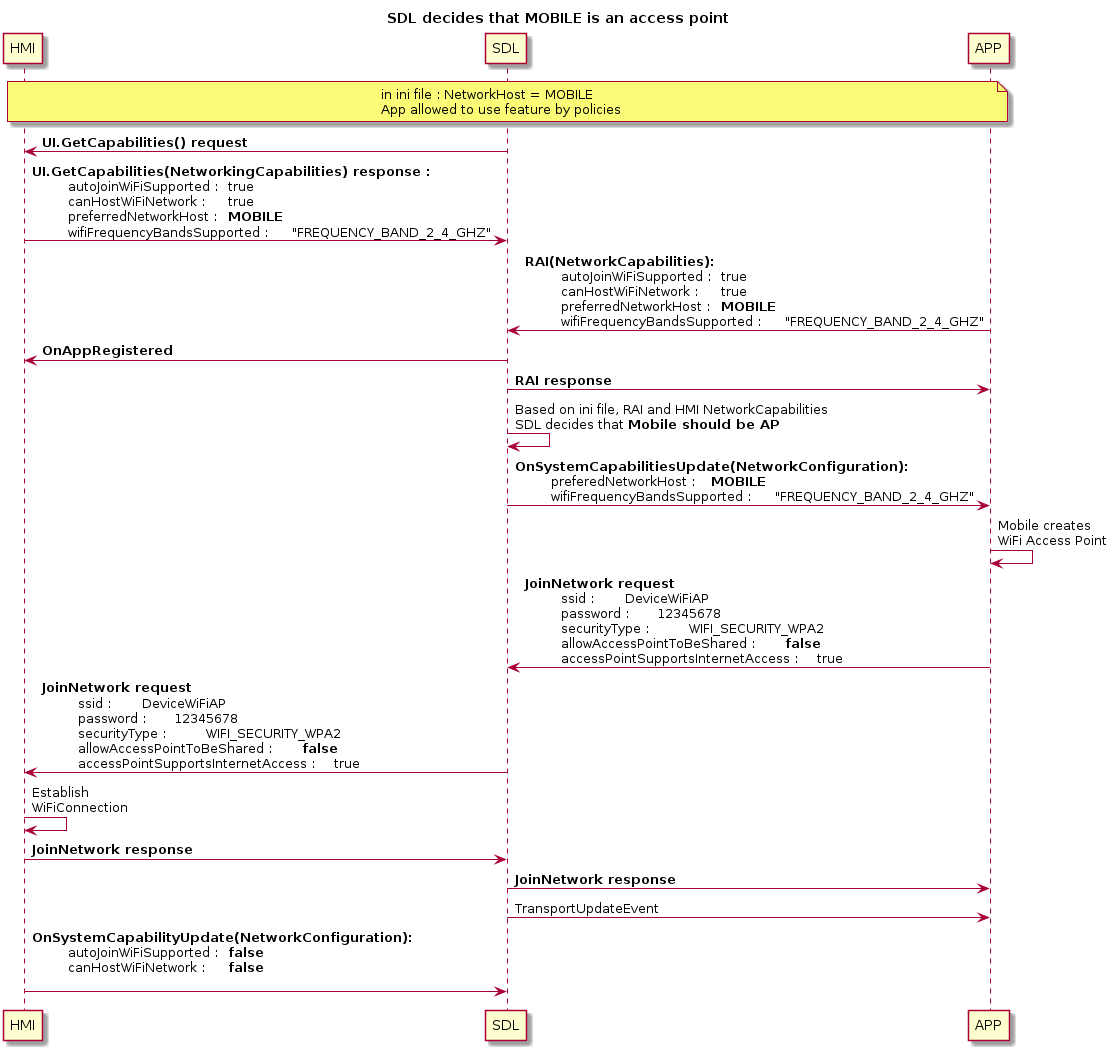
Before: assets/proposals/0245-sharing-wifi-ssid-and-password/mobile_access_point.png, a diagram exported from PlantUML (smartdevicelink/sdl_evolution).
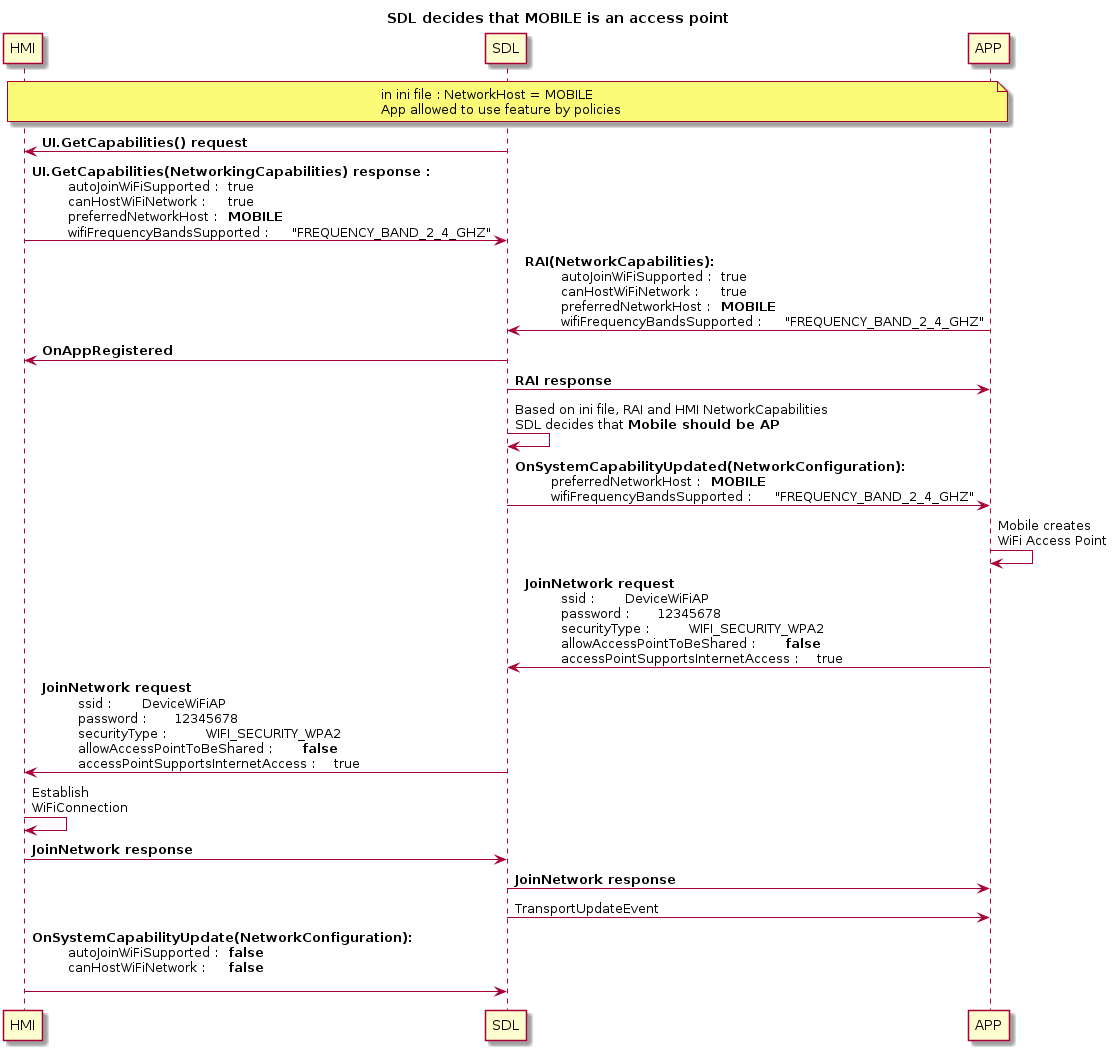
The same diagram one commit later.

Commit message:
Missspelling OnSystemCapabilityUpdated

What changed in the source:
```diff
@@ -18,7 +18,7 @@
 
 SDL -> SDL : Based on ini file, RAI and HMI NetworkCapabilities\nSDL decides that **Mobile should be AP**
 
-SDL -> APP:  <b>OnSystemCapabilitiesUpdate(NetworkConfiguration): \n\t preferedNetworkHost : \t **MOBILE** \n\t wifiFrequencyBandsSupported : \t "FREQUENCY_BAND_2_4_GHZ"
+SDL -> APP:  <b>OnSystemCapabilityUpdated(NetworkConfiguration): \n\t preferredNetworkHost : \t **MOBILE** \n\t wifiFrequencyBandsSupported : \t "FREQUENCY_BAND_2_4_GHZ"
 
 APP -> APP : Mobile creates \nWiFi Access Point
 
```
